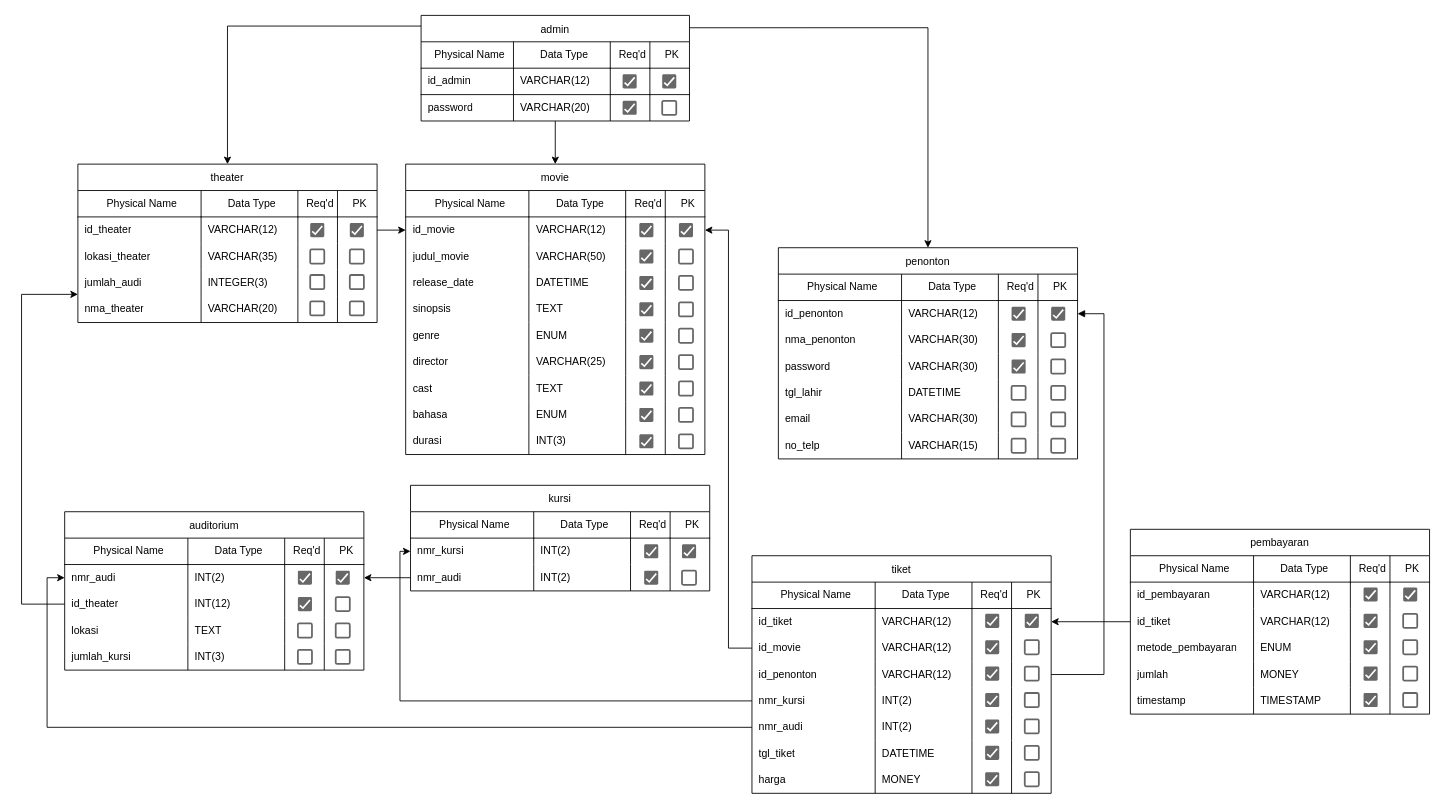
vinnnna/sistem-basis-data keeps this draw.io diagram as movie_pdm.drawio. Above is the earlier version. Source tidied: cells renumbered, new cells numbered last; positions are measured from the earlier drawing's top-left corner, leaving out a move shared by most shapes. Both pictures are drawn from the tidied source at 88%, with x=0, y=0 at pixel (21, 15).
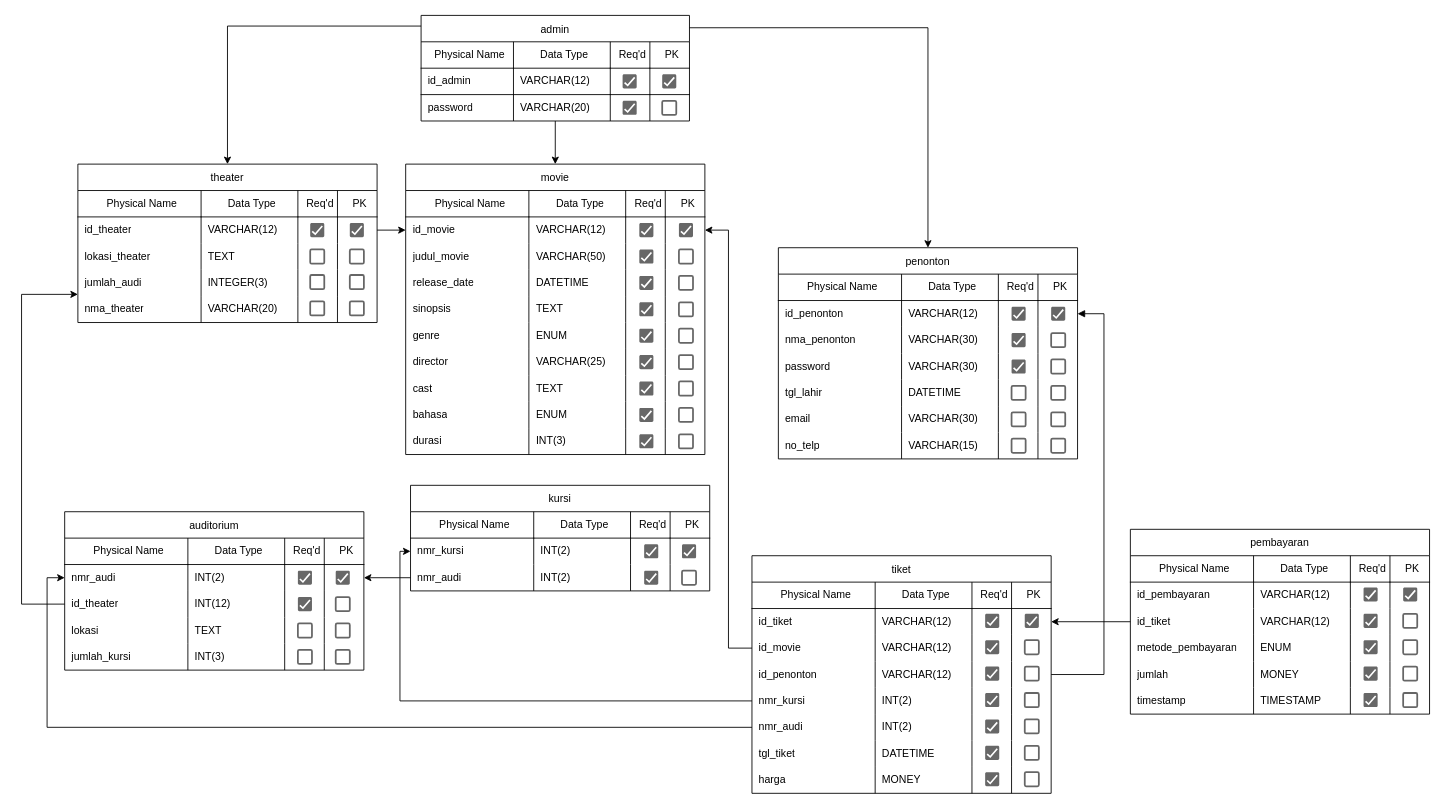
The same page after the edit.

Unchanged cells that the change refers to:
```xml
<mxCell id="13" style="shape=tableRow;horizontal=0;startSize=0;swimlaneHead=0;swimlaneBody=0;top=0;left=0;bottom=0;right=0;fillColor=none;strokeColor=inherit;fontSize=12;" parent="2" vertex="1">
  <mxGeometry y="90" width="340" height="30" as="geometry" />
</mxCell>
```

What changed in the source:
```diff
@@
-    <mxCell id="15" value="VARCHAR(35)" style="shape=partialRectangle;html=1;whiteSpace=wrap;fillColor=none;top=0;left=0;bottom=0;right=0;align=left;spacingLeft=6;overflow=hidden;strokeColor=inherit;fontSize=12;" parent="13" vertex="1">
+    <mxCell id="15" value="TEXT" style="shape=partialRectangle;html=1;whiteSpace=wrap;fillColor=none;top=0;left=0;bottom=0;right=0;align=left;spacingLeft=6;overflow=hidden;strokeColor=inherit;fontSize=12;" parent="13" vertex="1">
       <mxGeometry x="140" width="110" height="30" as="geometry" />
     </mxCell>
```
